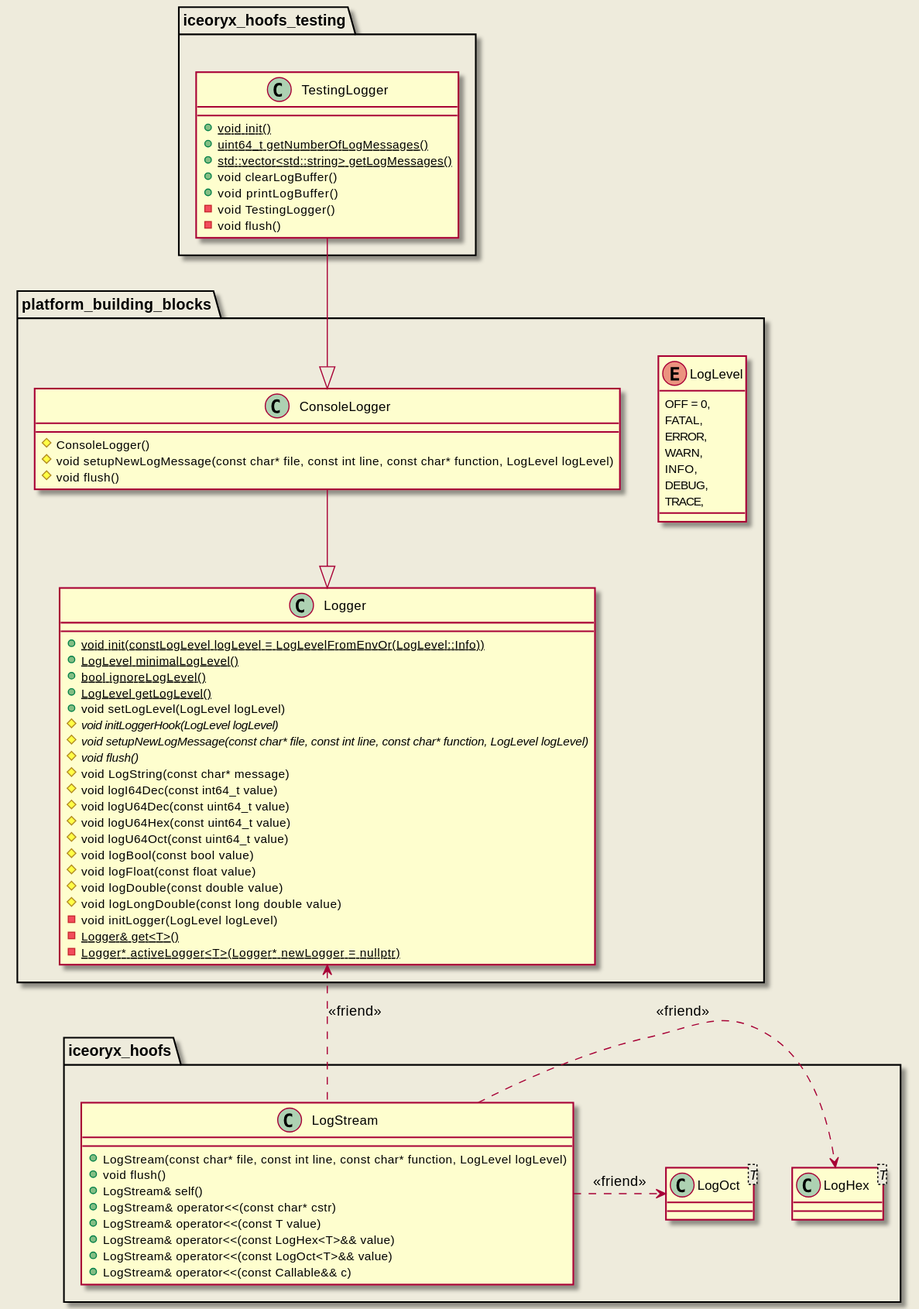
The PlantUML diagram doc/website/images/logging_classes.svg in eclipse-iceoryx/iceoryx, before a commit. Its source is kept beside it as doc/design/diagrams/logging/logging_classes.puml. The source it was exported from:
```plantuml
@startuml

package platform_building_blocks {

enum LogLevel {
    OFF = 0,
    FATAL,
    ERROR,
    WARN,
    INFO,
    DEBUG,
    TRACE,
}

class Logger {
  + {static} void init(constLogLevel logLevel = LogLevelFromEnvOr(LogLevel::Info))
  + {static} LogLevel minimalLogLevel()
  + {static} bool ignoreLogLevel()
  + {static} LogLevel getLogLevel()
  + void setLogLevel(LogLevel logLevel)
  # {abstract} void initLoggerHook(LogLevel logLevel)
  # {abstract} void setupNewLogMessage(const char* file, const int line, const char* function, LogLevel logLevel)
  # {abstract} void flush()
  # void LogString(const char* message)
  # void logI64Dec(const int64_t value)
  # void logU64Dec(const uint64_t value)
  # void logU64Hex(const uint64_t value)
  # void logU64Oct(const uint64_t value)
  # void logBool(const bool value)
  # void logFloat(const float value)
  # void logDouble(const double value)
  # void logLongDouble(const long double value)
  - void initLogger(LogLevel logLevel)
  - {static} Logger& get<T>()
  - {static} Logger* activeLogger<T>(Logger* newLogger = nullptr)
}

class ConsoleLogger {
  # ConsoleLogger()
  # void setupNewLogMessage(const char* file, const int line, const char* function, LogLevel logLevel)
  # void flush()
}

}

package iceoryx_hoofs_testing {

class TestingLogger {
  + {static} void init()
  + {static} uint64_t getNumberOfLogMessages()
  + {static} std::vector<std::string> getLogMessages()
  + void clearLogBuffer()
  + void printLogBuffer()
  - void TestingLogger()
  - void flush()
}

}

package iceoryx_hoofs {

class LogHex <T> {}

class LogOct <T> {}

class LogStream {
  + LogStream(const char* file, const int line, const char* function, LogLevel logLevel)
  + void flush()
  + LogStream& self()
  + LogStream& operator<<(const char* cstr)
  + LogStream& operator<<(const T value)
  + LogStream& operator<<(const LogHex<T>&& value)
  + LogStream& operator<<(const LogOct<T>&& value)
  + LogStream& operator<<(const Callable&& c)
}

}

ConsoleLogger --|> Logger
TestingLogger --|> ConsoleLogger
Logger <.. LogStream : <<friend>>
LogStream .> LogHex : <<friend>>
LogStream .> LogOct : <<friend>>

@enduml
```
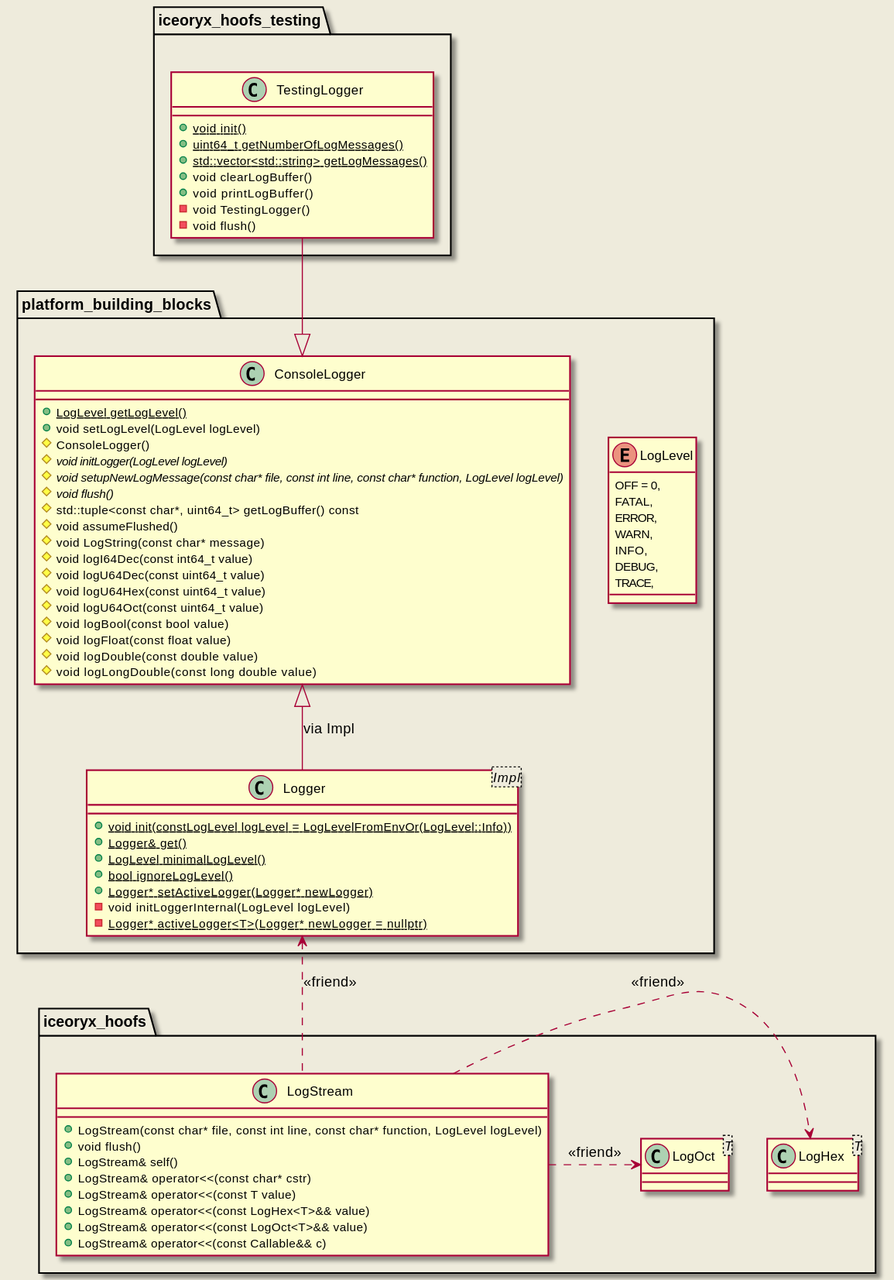
The same diagram one commit later.

Commit message:
iox-#1345 Update logger design

What changed in the source:
```diff
@@ -12,15 +12,25 @@
     TRACE,
 }
 
-class Logger {
+class Logger <Impl> {
   + {static} void init(constLogLevel logLevel = LogLevelFromEnvOr(LogLevel::Info))
+  + {static} Logger& get()
   + {static} LogLevel minimalLogLevel()
   + {static} bool ignoreLogLevel()
+  + {static} Logger* setActiveLogger(Logger* newLogger)
+  - void initLoggerInternal(LogLevel logLevel)
+  - {static} Logger* activeLogger<T>(Logger* newLogger = nullptr)
+}
+
+class ConsoleLogger {
   + {static} LogLevel getLogLevel()
   + void setLogLevel(LogLevel logLevel)
-  # {abstract} void initLoggerHook(LogLevel logLevel)
+  # ConsoleLogger()
+  # {abstract} void initLogger(LogLevel logLevel)
   # {abstract} void setupNewLogMessage(const char* file, const int line, const char* function, LogLevel logLevel)
   # {abstract} void flush()
+  # std::tuple<const char*, uint64_t> getLogBuffer() const
+  # void assumeFlushed()
   # void LogString(const char* message)
   # void logI64Dec(const int64_t value)
   # void logU64Dec(const uint64_t value)
@@ -30,15 +40,6 @@
   # void logFloat(const float value)
   # void logDouble(const double value)
   # void logLongDouble(const long double value)
-  - void initLogger(LogLevel logLevel)
-  - {static} Logger& get<T>()
-  - {static} Logger* activeLogger<T>(Logger* newLogger = nullptr)
-}
-
-class ConsoleLogger {
-  # ConsoleLogger()
-  # void setupNewLogMessage(const char* file, const int line, const char* function, LogLevel logLevel)
-  # void flush()
 }
 
 }
@@ -76,8 +77,8 @@
 
 }
 
-ConsoleLogger --|> Logger
 TestingLogger --|> ConsoleLogger
+ConsoleLogger <|-- Logger : via Impl
 Logger <.. LogStream : <<friend>>
 LogStream .> LogHex : <<friend>>
 LogStream .> LogOct : <<friend>>
```
